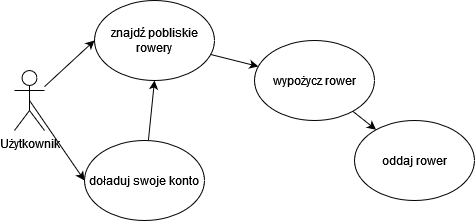
KarolinaPiechowicz05/2024-12-31 keeps this draw.io diagram as DiagramPrzypadkowUzycia.drawio.png. Above is the earlier version. Source tidied: cells renumbered, new cells last; positions are measured from the earlier drawing's top-left corner, leaving out a move shared by most shapes. The source it was exported from:
```xml
<mxGraphModel>
  <root>
    <mxCell id="0" />
    <mxCell id="1" parent="0" />
    <mxCell id="2" style="rounded=0;jettySize=auto;html=1;entryX=0;entryY=0.5;entryDx=0;entryDy=0;" parent="1" edge="1" source="4" target="6">
      <mxGeometry relative="1" as="geometry" />
    </mxCell>
    <mxCell id="3" style="rounded=0;jettySize=auto;html=1;exitX=0.5;exitY=0.5;exitDx=0;exitDy=0;exitPerimeter=0;entryX=0;entryY=0.5;entryDx=0;entryDy=0;" parent="1" edge="1" source="4" target="8">
      <mxGeometry relative="1" as="geometry" />
    </mxCell>
    <mxCell id="4" value="Użytkownik" style="shape=umlActor;verticalLabelPosition=bottom;verticalAlign=top;html=1;outlineConnect=0;" parent="1" vertex="1">
      <mxGeometry y="70" width="30" height="60" as="geometry" />
    </mxCell>
    <mxCell id="5" style="rounded=0;jettySize=auto;html=1;" parent="1" edge="1" source="6" target="10">
      <mxGeometry relative="1" as="geometry" />
    </mxCell>
    <mxCell id="6" value="znajdź pobliskie rowery" style="ellipse;whiteSpace=wrap;html=1;" parent="1" vertex="1">
      <mxGeometry x="80" width="120" height="80" as="geometry" />
    </mxCell>
    <mxCell id="7" style="rounded=0;jettySize=auto;html=1;entryX=0.5;entryY=1;entryDx=0;entryDy=0;" parent="1" edge="1" source="8" target="6">
      <mxGeometry relative="1" as="geometry" />
    </mxCell>
    <mxCell id="8" value="doładuj swoje konto" style="ellipse;whiteSpace=wrap;html=1;" parent="1" vertex="1">
      <mxGeometry x="70" y="140" width="120" height="80" as="geometry" />
    </mxCell>
    <mxCell id="9" style="rounded=0;jettySize=auto;html=1;" parent="1" edge="1" source="10" target="11">
      <mxGeometry relative="1" as="geometry" />
    </mxCell>
    <mxCell id="10" value="wypożycz rower" style="ellipse;whiteSpace=wrap;html=1;" parent="1" vertex="1">
      <mxGeometry x="240" y="40" width="120" height="80" as="geometry" />
    </mxCell>
    <mxCell id="11" value="oddaj rower" style="ellipse;whiteSpace=wrap;html=1;" parent="1" vertex="1">
      <mxGeometry x="340" y="120" width="120" height="80" as="geometry" />
    </mxCell>
  </root>
</mxGraphModel>
```
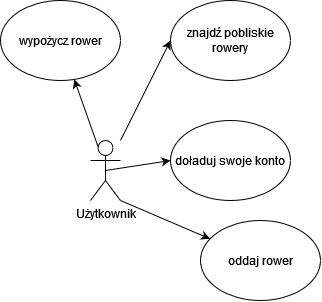
Later version of the same file.

What changed in the source:
```diff
@@ -11,26 +11,23 @@
     <mxCell id="4" value="Użytkownik" style="shape=umlActor;verticalLabelPosition=bottom;verticalAlign=top;html=1;outlineConnect=0;" parent="1" vertex="1">
       <mxGeometry y="70" width="30" height="60" as="geometry" />
     </mxCell>
-    <mxCell id="5" style="rounded=0;jettySize=auto;html=1;" parent="1" edge="1" source="6" target="10">
+    <mxCell id="5" style="rounded=0;jettySize=auto;html=1;exitX=0.25;exitY=0.1;exitDx=0;exitDy=0;exitPerimeter=0;" parent="1" edge="1" source="4" target="10">
       <mxGeometry relative="1" as="geometry" />
     </mxCell>
     <mxCell id="6" value="znajdź pobliskie rowery" style="ellipse;whiteSpace=wrap;html=1;" parent="1" vertex="1">
-      <mxGeometry x="80" width="120" height="80" as="geometry" />
+      <mxGeometry x="80" y="-70" width="120" height="80" as="geometry" />
     </mxCell>
-    <mxCell id="7" style="rounded=0;jettySize=auto;html=1;entryX=0.5;entryY=1;entryDx=0;entryDy=0;" parent="1" edge="1" source="8" target="6">
-      <mxGeometry relative="1" as="geometry" />
-    </mxCell>
     <mxCell id="8" value="doładuj swoje konto" style="ellipse;whiteSpace=wrap;html=1;" parent="1" vertex="1">
-      <mxGeometry x="70" y="140" width="120" height="80" as="geometry" />
+      <mxGeometry x="80" y="50" width="120" height="80" as="geometry" />
     </mxCell>
-    <mxCell id="9" style="rounded=0;jettySize=auto;html=1;" parent="1" edge="1" source="10" target="11">
+    <mxCell id="9" style="rounded=0;jettySize=auto;html=1;exitX=1;exitY=1;exitDx=0;exitDy=0;exitPerimeter=0;" parent="1" edge="1" source="4" target="11">
       <mxGeometry relative="1" as="geometry" />
     </mxCell>
     <mxCell id="10" value="wypożycz rower" style="ellipse;whiteSpace=wrap;html=1;" parent="1" vertex="1">
-      <mxGeometry x="240" y="40" width="120" height="80" as="geometry" />
+      <mxGeometry x="-90" y="-70" width="120" height="80" as="geometry" />
     </mxCell>
     <mxCell id="11" value="oddaj rower" style="ellipse;whiteSpace=wrap;html=1;" parent="1" vertex="1">
-      <mxGeometry x="340" y="120" width="120" height="80" as="geometry" />
+      <mxGeometry x="110" y="150" width="120" height="80" as="geometry" />
     </mxCell>
   </root>
 </mxGraphModel>
```
